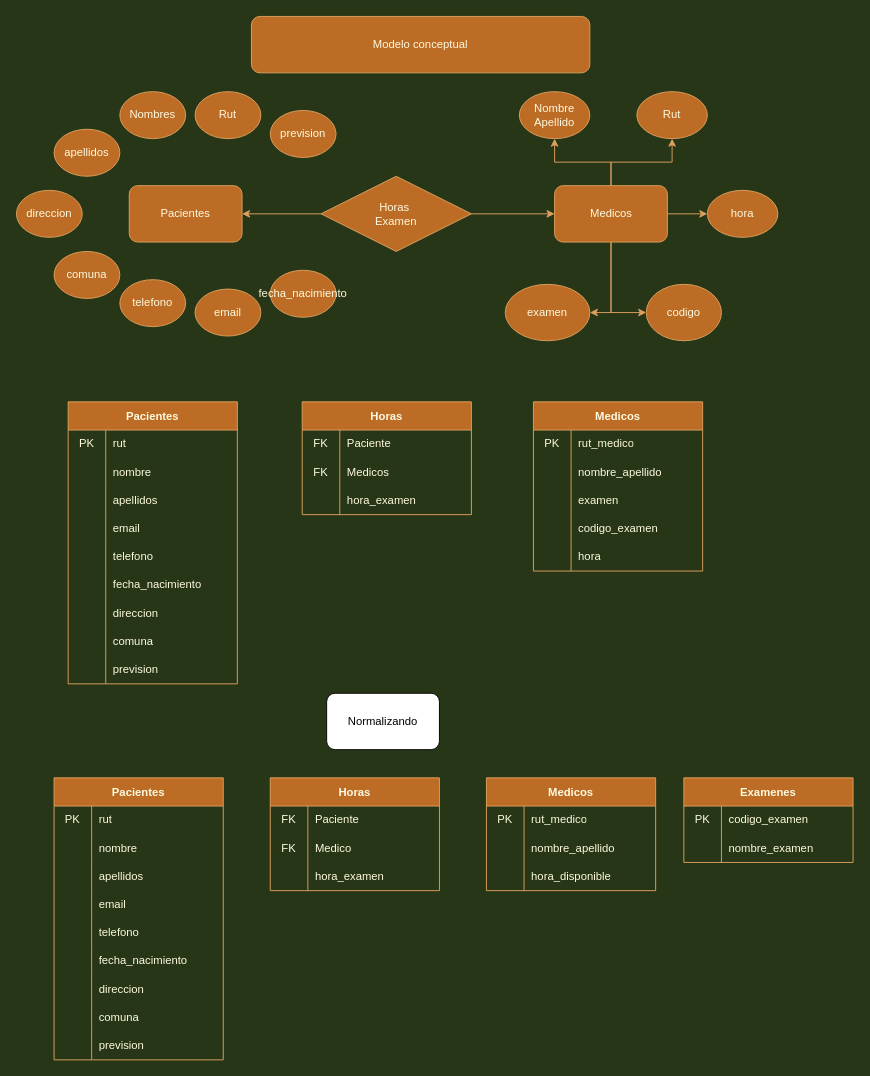
Before: Untitled Diagram.drawio in LinkCL001/Proyecto_Full_Stack_JavaScript, a draw.io diagram. Source tidied: cells renumbered, new cells numbered last; positions are measured from the earlier drawing's top-left corner, leaving out a move shared by most shapes. Both pictures are drawn from the tidied source at 94%, with x=0, y=0 at pixel (16, 16).
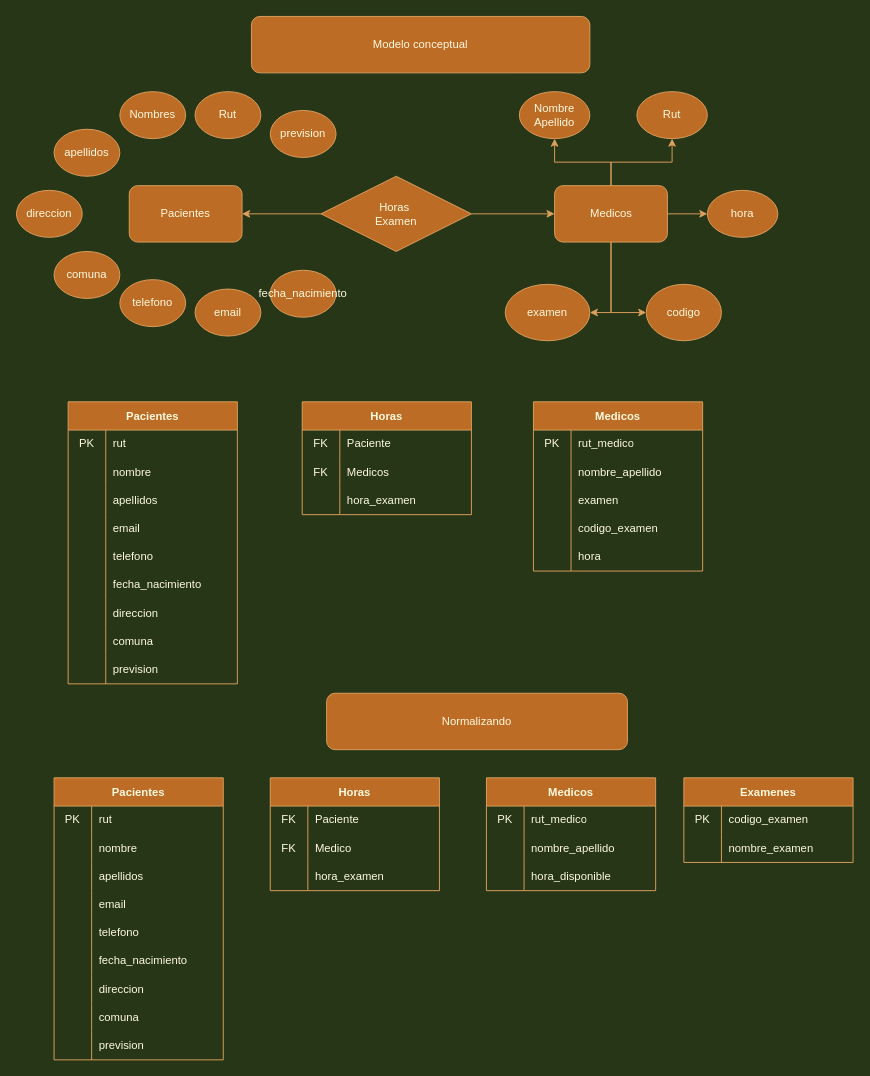
The same page after the edit.

What changed in the source:
```diff
@@
-    <mxCell id="81" value="Normalizando" style="rounded=1;whiteSpace=wrap;html=1;" parent="1" vertex="1">
-      <mxGeometry x="330" y="720" width="120" height="60" as="geometry" />
+    <mxCell id="81" value="Normalizando" style="rounded=1;whiteSpace=wrap;html=1;fillColor=#BC6C25;strokeColor=#DDA15E;fontColor=#FEFAE0;" parent="1" vertex="1">
+      <mxGeometry x="330" y="720" width="320" height="60" as="geometry" />
     </mxCell>
```
